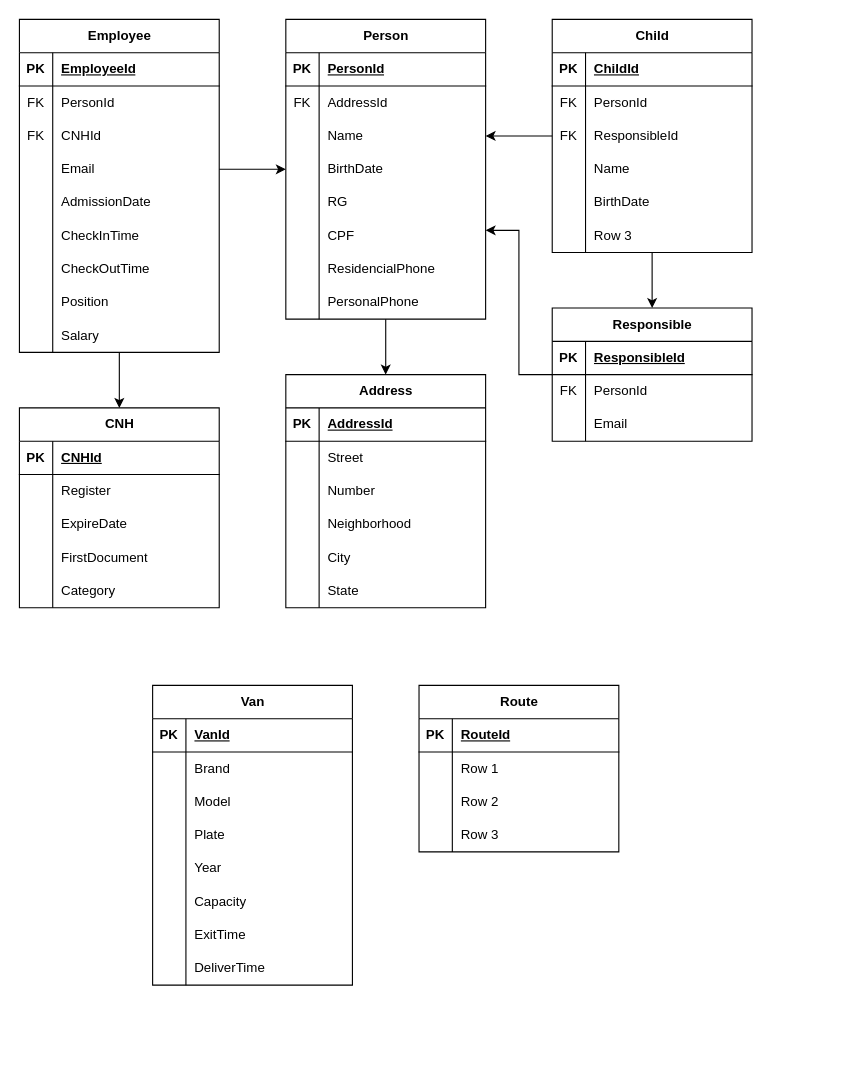
This is SchoolTrack/SchoolTrack.drawio from JoviOakz/SchoolTrack, a draw.io file, before an edit. Source tidied: cells renumbered, new cells numbered last; positions are measured from the earlier drawing's top-left corner, leaving out a move shared by most shapes. Both pictures are drawn from the tidied source at 111%, with x=0, y=0 at pixel (19, 19).
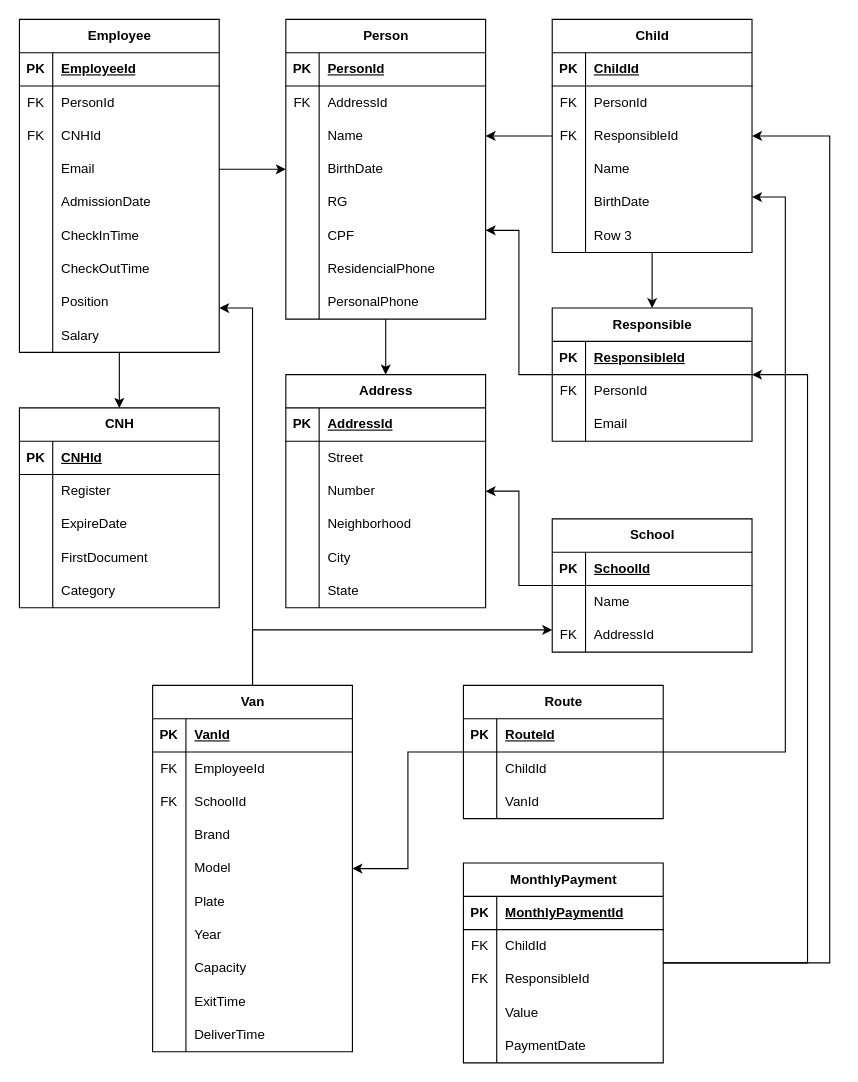
The same page after the edit.

Commit message:
feat: diagram finished

Unchanged cells that the change refers to:
```xml
<mxCell id="4" value="Employee" style="shape=table;startSize=30;childLayout=tableLayout;rowLines=0;fontStyle=1;align=center;html=1;" parent="1" vertex="1">
  <mxGeometry width="180" height="300" as="geometry" />
</mxCell>
<mxCell id="32" value="Address" style="shape=table;startSize=30;childLayout=tableLayout;rowLines=0;fontStyle=1;align=center;html=1;" parent="1" vertex="1">
  <mxGeometry x="240" y="320" width="180" height="210" as="geometry" />
</mxCell>
<mxCell id="69" value="Child" style="shape=table;startSize=30;childLayout=tableLayout;rowLines=0;fontStyle=1;align=center;html=1;" parent="1" vertex="1">
  <mxGeometry x="480" width="180" height="210" as="geometry" />
</mxCell>
<mxCell id="115" value="Responsible" style="shape=table;startSize=30;childLayout=tableLayout;rowLines=0;fontStyle=1;align=center;html=1;" parent="1" vertex="1">
  <mxGeometry x="480" y="260" width="180" height="120" as="geometry" />
</mxCell>
<mxCell id="154" style="shape=tableRow;horizontal=0;startSize=0;swimlaneHead=0;swimlaneBody=0;fillColor=none;top=0;left=0;right=0;bottom=0;" parent="150" vertex="1">
  <mxGeometry y="60" width="180" height="30" as="geometry" />
</mxCell>
<mxCell id="157" style="shape=tableRow;horizontal=0;startSize=0;swimlaneHead=0;swimlaneBody=0;fillColor=none;top=0;left=0;right=0;bottom=0;" parent="150" vertex="1">
  <mxGeometry y="90" width="180" height="30" as="geometry" />
</mxCell>
```

The edit, as a diff of the source:
```diff
@@
+    <mxCell id="163" style="edgeStyle=orthogonalEdgeStyle;rounded=0;jettySize=auto;html=1;" parent="1" edge="1" source="125" target="174">
+      <mxGeometry relative="1" as="geometry">
+        <Array as="points">
+          <mxPoint x="210" y="550" />
+        </Array>
+      </mxGeometry>
+    </mxCell>
+    <mxCell id="164" style="edgeStyle=orthogonalEdgeStyle;rounded=0;jettySize=auto;html=1;" parent="1" edge="1" source="125" target="4">
+      <mxGeometry relative="1" as="geometry">
+        <Array as="points">
+          <mxPoint x="210" y="260" />
+        </Array>
+      </mxGeometry>
+    </mxCell>
     <mxCell id="125" value="Van" style="shape=table;startSize=30;childLayout=tableLayout;rowLines=0;fontStyle=1;align=center;html=1;" parent="1" vertex="1">
-      <mxGeometry x="120" y="600" width="180" height="270" as="geometry" />
+      <mxGeometry x="120" y="600" width="180" height="330" as="geometry" />
     </mxCell>
@@
+    <mxCell id="165" style="shape=tableRow;horizontal=0;startSize=0;swimlaneHead=0;swimlaneBody=0;fillColor=none;top=0;left=0;right=0;bottom=0;" parent="125" vertex="1">
+      <mxGeometry y="60" width="180" height="30" as="geometry" />
+    </mxCell>
+    <mxCell id="166" value="FK" style="shape=partialRectangle;fillColor=none;top=0;left=0;bottom=0;right=0;overflow=hidden;whiteSpace=wrap;html=1;" parent="165" vertex="1">
+      <mxGeometry width="30" height="30" as="geometry" />
+    </mxCell>
+    <mxCell id="167" value="EmployeeId" style="shape=partialRectangle;fillColor=none;top=0;left=0;bottom=0;right=0;align=left;spacingLeft=6;overflow=hidden;whiteSpace=wrap;html=1;" parent="165" vertex="1">
+      <mxGeometry x="30" width="150" height="30" as="geometry" />
+    </mxCell>
+    <mxCell id="168" style="shape=tableRow;horizontal=0;startSize=0;swimlaneHead=0;swimlaneBody=0;fillColor=none;top=0;left=0;right=0;bottom=0;" parent="125" vertex="1">
+      <mxGeometry y="90" width="180" height="30" as="geometry" />
+    </mxCell>
+    <mxCell id="169" value="FK" style="shape=partialRectangle;fillColor=none;top=0;left=0;bottom=0;right=0;overflow=hidden;whiteSpace=wrap;html=1;" parent="168" vertex="1">
+      <mxGeometry width="30" height="30" as="geometry" />
+    </mxCell>
+    <mxCell id="170" value="SchoolId" style="shape=partialRectangle;fillColor=none;top=0;left=0;bottom=0;right=0;align=left;spacingLeft=6;overflow=hidden;whiteSpace=wrap;html=1;" parent="168" vertex="1">
+      <mxGeometry x="30" width="150" height="30" as="geometry" />
+    </mxCell>
     <mxCell id="129" style="shape=tableRow;horizontal=0;startSize=0;swimlaneHead=0;swimlaneBody=0;fillColor=none;top=0;left=0;right=0;bottom=0;" parent="125" vertex="1">
-      <mxGeometry y="60" width="180" height="30" as="geometry" />
+      <mxGeometry y="120" width="180" height="30" as="geometry" />
     </mxCell>
@@
     <mxCell id="132" style="shape=tableRow;horizontal=0;startSize=0;swimlaneHead=0;swimlaneBody=0;fillColor=none;top=0;left=0;right=0;bottom=0;" parent="125" vertex="1">
-      <mxGeometry y="90" width="180" height="30" as="geometry" />
+      <mxGeometry y="150" width="180" height="30" as="geometry" />
     </mxCell>
@@
     <mxCell id="135" style="shape=tableRow;horizontal=0;startSize=0;swimlaneHead=0;swimlaneBody=0;fillColor=none;top=0;left=0;right=0;bottom=0;" parent="125" vertex="1">
-      <mxGeometry y="120" width="180" height="30" as="geometry" />
+      <mxGeometry y="180" width="180" height="30" as="geometry" />
     </mxCell>
@@
     <mxCell id="138" style="shape=tableRow;horizontal=0;startSize=0;swimlaneHead=0;swimlaneBody=0;fillColor=none;top=0;left=0;right=0;bottom=0;" parent="125" vertex="1">
-      <mxGeometry y="150" width="180" height="30" as="geometry" />
+      <mxGeometry y="210" width="180" height="30" as="geometry" />
     </mxCell>
@@
     <mxCell id="141" style="shape=tableRow;horizontal=0;startSize=0;swimlaneHead=0;swimlaneBody=0;fillColor=none;top=0;left=0;right=0;bottom=0;" parent="125" vertex="1">
-      <mxGeometry y="180" width="180" height="30" as="geometry" />
+      <mxGeometry y="240" width="180" height="30" as="geometry" />
     </mxCell>
@@
     <mxCell id="144" style="shape=tableRow;horizontal=0;startSize=0;swimlaneHead=0;swimlaneBody=0;fillColor=none;top=0;left=0;right=0;bottom=0;" parent="125" vertex="1">
-      <mxGeometry y="210" width="180" height="30" as="geometry" />
+      <mxGeometry y="270" width="180" height="30" as="geometry" />
     </mxCell>
@@
     <mxCell id="147" style="shape=tableRow;horizontal=0;startSize=0;swimlaneHead=0;swimlaneBody=0;fillColor=none;top=0;left=0;right=0;bottom=0;" parent="125" vertex="1">
-      <mxGeometry y="240" width="180" height="30" as="geometry" />
+      <mxGeometry y="300" width="180" height="30" as="geometry" />
     </mxCell>
@@
+    <mxCell id="171" style="edgeStyle=orthogonalEdgeStyle;rounded=0;jettySize=auto;html=1;" parent="1" edge="1" source="150" target="125">
+      <mxGeometry relative="1" as="geometry" />
+    </mxCell>
+    <mxCell id="172" style="edgeStyle=orthogonalEdgeStyle;rounded=0;jettySize=auto;html=1;" parent="1" edge="1" source="150" target="69">
+      <mxGeometry relative="1" as="geometry">
+        <Array as="points">
+          <mxPoint x="690" y="660" />
+          <mxPoint x="690" y="160" />
+        </Array>
+      </mxGeometry>
+    </mxCell>
     <mxCell id="150" value="Route" style="shape=table;startSize=30;childLayout=tableLayout;rowLines=0;fontStyle=1;align=center;html=1;" parent="1" vertex="1">
-      <mxGeometry x="360" y="600" width="180" height="150" as="geometry" />
+      <mxGeometry x="400" y="600" width="180" height="120" as="geometry" />
     </mxCell>
@@
-    <mxCell id="156" value="Row 1" style="shape=partialRectangle;fillColor=none;top=0;left=0;bottom=0;right=0;align=left;spacingLeft=6;overflow=hidden;whiteSpace=wrap;html=1;" parent="154" vertex="1">
+    <mxCell id="156" value="ChildId" style="shape=partialRectangle;fillColor=none;top=0;left=0;bottom=0;right=0;align=left;spacingLeft=6;overflow=hidden;whiteSpace=wrap;html=1;" parent="154" vertex="1">
       <mxGeometry x="30" width="150" height="30" as="geometry" />
     </mxCell>
@@
-    <mxCell id="159" value="Row 2" style="shape=partialRectangle;fillColor=none;top=0;left=0;bottom=0;right=0;align=left;spacingLeft=6;overflow=hidden;whiteSpace=wrap;html=1;" parent="157" vertex="1">
+    <mxCell id="159" value="VanId" style="shape=partialRectangle;fillColor=none;top=0;left=0;bottom=0;right=0;align=left;spacingLeft=6;overflow=hidden;whiteSpace=wrap;html=1;" parent="157" vertex="1">
       <mxGeometry x="30" width="150" height="30" as="geometry" />
     </mxCell>
+    <mxCell id="173" style="edgeStyle=orthogonalEdgeStyle;rounded=0;jettySize=auto;html=1;" parent="1" edge="1" source="174" target="32">
+      <mxGeometry relative="1" as="geometry" />
+    </mxCell>
+    <mxCell id="174" value="School" style="shape=table;startSize=30;childLayout=tableLayout;rowLines=0;fontStyle=1;align=center;html=1;" parent="1" vertex="1">
+      <mxGeometry x="480" y="450" width="180" height="120" as="geometry" />
+    </mxCell>
+    <mxCell id="175" style="shape=tableRow;horizontal=0;startSize=0;swimlaneHead=0;swimlaneBody=0;fillColor=none;top=0;left=0;right=0;bottom=1;" parent="174" vertex="1">
+      <mxGeometry y="30" width="180" height="30" as="geometry" />
+    </mxCell>
+    <mxCell id="176" value="PK" style="shape=partialRectangle;fillColor=none;top=0;left=0;bottom=0;right=0;fontStyle=1;overflow=hidden;whiteSpace=wrap;html=1;" parent="175" vertex="1">
+      <mxGeometry width="30" height="30" as="geometry" />
+    </mxCell>
+    <mxCell id="177" value="SchoolId" style="shape=partialRectangle;fillColor=none;top=0;left=0;bottom=0;right=0;align=left;spacingLeft=6;fontStyle=5;overflow=hidden;whiteSpace=wrap;html=1;" parent="175" vertex="1">
+      <mxGeometry x="30" width="150" height="30" as="geometry" />
+    </mxCell>
+    <mxCell id="178" style="shape=tableRow;horizontal=0;startSize=0;swimlaneHead=0;swimlaneBody=0;fillColor=none;top=0;left=0;right=0;bottom=0;" parent="174" vertex="1">
+      <mxGeometry y="60" width="180" height="30" as="geometry" />
+    </mxCell>
+    <mxCell id="179" style="shape=partialRectangle;fillColor=none;top=0;left=0;bottom=0;right=0;overflow=hidden;whiteSpace=wrap;html=1;" parent="178" vertex="1">
+      <mxGeometry width="30" height="30" as="geometry" />
+    </mxCell>
+    <mxCell id="180" value="Name" style="shape=partialRectangle;fillColor=none;top=0;left=0;bottom=0;right=0;align=left;spacingLeft=6;overflow=hidden;whiteSpace=wrap;html=1;" parent="178" vertex="1">
+      <mxGeometry x="30" width="150" height="30" as="geometry" />
+    </mxCell>
+    <mxCell id="181" style="shape=tableRow;horizontal=0;startSize=0;swimlaneHead=0;swimlaneBody=0;fillColor=none;top=0;left=0;right=0;bottom=0;" parent="174" vertex="1">
+      <mxGeometry y="90" width="180" height="30" as="geometry" />
+    </mxCell>
+    <mxCell id="182" value="FK" style="shape=partialRectangle;fillColor=none;top=0;left=0;bottom=0;right=0;overflow=hidden;whiteSpace=wrap;html=1;" parent="181" vertex="1">
+      <mxGeometry width="30" height="30" as="geometry" />
+    </mxCell>
+    <mxCell id="183" value="AddressId" style="shape=partialRectangle;fillColor=none;top=0;left=0;bottom=0;right=0;align=left;spacingLeft=6;overflow=hidden;whiteSpace=wrap;html=1;" parent="181" vertex="1">
+      <mxGeometry x="30" width="150" height="30" as="geometry" />
+    </mxCell>
+    <mxCell id="184" style="edgeStyle=orthogonalEdgeStyle;rounded=0;jettySize=auto;html=1;" parent="1" edge="1" source="186" target="69">
+      <mxGeometry relative="1" as="geometry">
+        <Array as="points">
+          <mxPoint x="730" y="850" />
+          <mxPoint x="730" y="105" />
+        </Array>
+      </mxGeometry>
+    </mxCell>
+    <mxCell id="185" style="edgeStyle=orthogonalEdgeStyle;rounded=0;jettySize=auto;html=1;" parent="1" edge="1" source="186" target="115">
+      <mxGeometry relative="1" as="geometry">
+        <Array as="points">
+          <mxPoint x="710" y="850" />
+          <mxPoint x="710" y="320" />
+        </Array>
+      </mxGeometry>
+    </mxCell>
+    <mxCell id="186" value="MonthlyPayment" style="shape=table;startSize=30;childLayout=tableLayout;rowLines=0;fontStyle=1;align=center;html=1;" parent="1" vertex="1">
+      <mxGeometry x="400" y="760" width="180" height="180" as="geometry" />
+    </mxCell>
+    <mxCell id="187" style="shape=tableRow;horizontal=0;startSize=0;swimlaneHead=0;swimlaneBody=0;fillColor=none;top=0;left=0;right=0;bottom=1;" parent="186" vertex="1">
+      <mxGeometry y="30" width="180" height="30" as="geometry" />
+    </mxCell>
+    <mxCell id="188" value="PK" style="shape=partialRectangle;fillColor=none;top=0;left=0;bottom=0;right=0;fontStyle=1;overflow=hidden;whiteSpace=wrap;html=1;" parent="187" vertex="1">
+      <mxGeometry width="30" height="30" as="geometry" />
+    </mxCell>
+    <mxCell id="189" value="&lt;span style=&quot;text-align: center; text-wrap: nowrap;&quot;&gt;MonthlyPaymentId&lt;/span&gt;" style="shape=partialRectangle;fillColor=none;top=0;left=0;bottom=0;right=0;align=left;spacingLeft=6;fontStyle=5;overflow=hidden;whiteSpace=wrap;html=1;" parent="187" vertex="1">
+      <mxGeometry x="30" width="150" height="30" as="geometry" />
+    </mxCell>
+    <mxCell id="190" style="shape=tableRow;horizontal=0;startSize=0;swimlaneHead=0;swimlaneBody=0;fillColor=none;top=0;left=0;right=0;bottom=0;" parent="186" vertex="1">
+      <mxGeometry y="60" width="180" height="30" as="geometry" />
+    </mxCell>
+    <mxCell id="191" value="FK" style="shape=partialRectangle;fillColor=none;top=0;left=0;bottom=0;right=0;overflow=hidden;whiteSpace=wrap;html=1;" parent="190" vertex="1">
+      <mxGeometry width="30" height="30" as="geometry" />
+    </mxCell>
+    <mxCell id="192" value="ChildId" style="shape=partialRectangle;fillColor=none;top=0;left=0;bottom=0;right=0;align=left;spacingLeft=6;overflow=hidden;whiteSpace=wrap;html=1;" parent="190" vertex="1">
+      <mxGeometry x="30" width="150" height="30" as="geometry" />
+    </mxCell>
+    <mxCell id="193" style="shape=tableRow;horizontal=0;startSize=0;swimlaneHead=0;swimlaneBody=0;fillColor=none;top=0;left=0;right=0;bottom=0;" parent="186" vertex="1">
+      <mxGeometry y="90" width="180" height="30" as="geometry" />
+    </mxCell>
+    <mxCell id="194" value="FK" style="shape=partialRectangle;fillColor=none;top=0;left=0;bottom=0;right=0;overflow=hidden;whiteSpace=wrap;html=1;" parent="193" vertex="1">
+      <mxGeometry width="30" height="30" as="geometry" />
+    </mxCell>
+    <mxCell id="195" value="ResponsibleId" style="shape=partialRectangle;fillColor=none;top=0;left=0;bottom=0;right=0;align=left;spacingLeft=6;overflow=hidden;whiteSpace=wrap;html=1;" parent="193" vertex="1">
+      <mxGeometry x="30" width="150" height="30" as="geometry" />
+    </mxCell>
-    <mxCell id="160" style="shape=tableRow;horizontal=0;startSize=0;swimlaneHead=0;swimlaneBody=0;fillColor=none;top=0;left=0;right=0;bottom=0;" parent="150" vertex="1">
+    <mxCell id="160" style="shape=tableRow;horizontal=0;startSize=0;swimlaneHead=0;swimlaneBody=0;fillColor=none;top=0;left=0;right=0;bottom=0;" parent="186" vertex="1">
       <mxGeometry y="120" width="180" height="30" as="geometry" />
     </mxCell>
-    <mxCell id="161" style="shape=partialRectangle;fillColor=none;top=0;left=0;bottom=0;right=0;overflow=hidden;whiteSpace=wrap;html=1;" parent="160" vertex="1">
-      <mxGeometry width="30" height="30" as="geometry" />
-    </mxCell>
-    <mxCell id="162" value="Row 3" style="shape=partialRectangle;fillColor=none;top=0;left=0;bottom=0;right=0;align=left;spacingLeft=6;overflow=hidden;whiteSpace=wrap;html=1;" parent="160" vertex="1">
-      <mxGeometry x="30" width="150" height="30" as="geometry" />
-    </mxCell>
+    <mxCell id="196" style="shape=partialRectangle;fillColor=none;top=0;left=0;bottom=0;right=0;overflow=hidden;whiteSpace=wrap;html=1;" parent="160" vertex="1">
+      <mxGeometry width="30" height="30" as="geometry" />
+    </mxCell>
+    <mxCell id="197" value="Value" style="shape=partialRectangle;fillColor=none;top=0;left=0;bottom=0;right=0;align=left;spacingLeft=6;overflow=hidden;whiteSpace=wrap;html=1;" parent="160" vertex="1">
+      <mxGeometry x="30" width="150" height="30" as="geometry" />
+    </mxCell>
+    <mxCell id="198" style="shape=tableRow;horizontal=0;startSize=0;swimlaneHead=0;swimlaneBody=0;fillColor=none;top=0;left=0;right=0;bottom=0;" parent="186" vertex="1">
+      <mxGeometry y="150" width="180" height="30" as="geometry" />
+    </mxCell>
+    <mxCell id="199" style="shape=partialRectangle;fillColor=none;top=0;left=0;bottom=0;right=0;overflow=hidden;whiteSpace=wrap;html=1;" parent="198" vertex="1">
+      <mxGeometry width="30" height="30" as="geometry" />
+    </mxCell>
+    <mxCell id="200" value="PaymentDate" style="shape=partialRectangle;fillColor=none;top=0;left=0;bottom=0;right=0;align=left;spacingLeft=6;overflow=hidden;whiteSpace=wrap;html=1;" parent="198" vertex="1">
+      <mxGeometry x="30" width="150" height="30" as="geometry" />
+    </mxCell>
```
